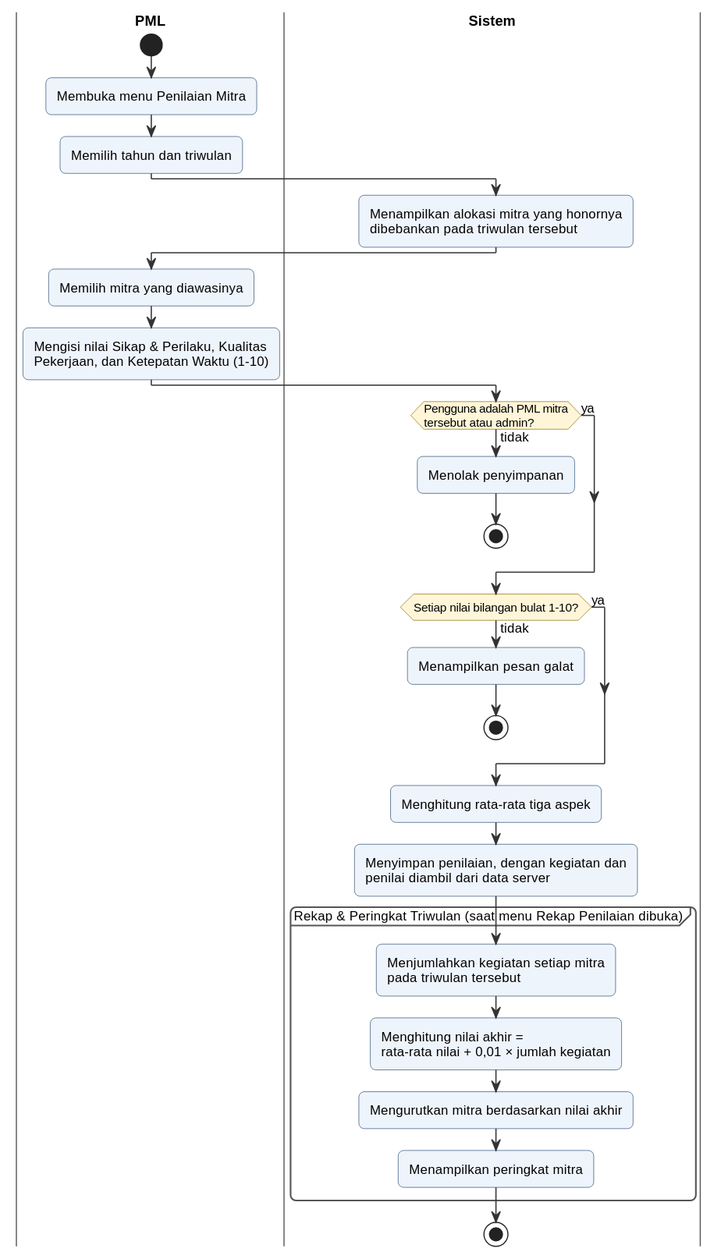
Earlier version of the PlantUML export docs/diagram/out/activity-penilaian.svg (kharis5870/Kharisma). The source it was exported from:
```plantuml
@startuml
!include _gaya.iuml

|PML|
start
:Membuka menu Penilaian Mitra;
:Memilih tahun dan triwulan;

|Sistem|
:Menampilkan alokasi mitra yang honornya
dibebankan pada triwulan tersebut;

|PML|
:Memilih mitra yang diawasinya;
:Mengisi nilai Sikap & Perilaku, Kualitas
Pekerjaan, dan Ketepatan Waktu (1-10);

|Sistem|
if (Pengguna adalah PML mitra\ntersebut atau admin?) then (tidak)
  :Menolak penyimpanan;
  stop
else (ya)
endif
if (Setiap nilai bilangan bulat 1-10?) then (tidak)
  :Menampilkan pesan galat;
  stop
else (ya)
endif
:Menghitung rata-rata tiga aspek;
:Menyimpan penilaian, dengan kegiatan dan
penilai diambil dari data server;

partition "Rekap & Peringkat Triwulan (saat menu Rekap Penilaian dibuka)" {
  :Menjumlahkan kegiatan setiap mitra
  pada triwulan tersebut;
  :Menghitung nilai akhir =
  rata-rata nilai + 0,01 × jumlah kegiatan;
  :Mengurutkan mitra berdasarkan nilai akhir;
  :Menampilkan peringkat mitra;
}
stop
@enduml
```
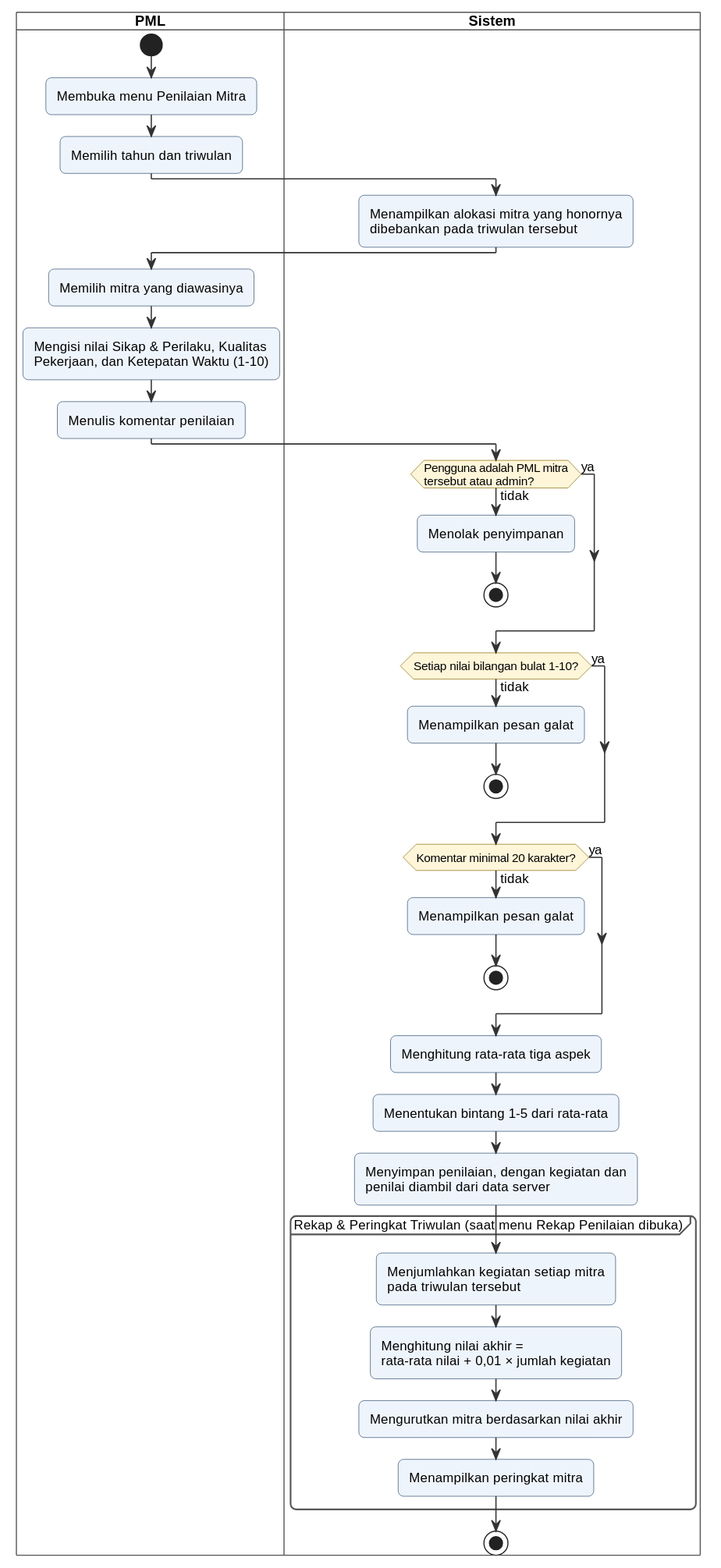
Later version of the same file.

Change to the diagram source:
```diff
@@ -14,6 +14,7 @@
 :Memilih mitra yang diawasinya;
 :Mengisi nilai Sikap & Perilaku, Kualitas
 Pekerjaan, dan Ketepatan Waktu (1-10);
+:Menulis komentar penilaian;
 
 |Sistem|
 if (Pengguna adalah PML mitra\ntersebut atau admin?) then (tidak)
@@ -26,7 +27,13 @@
   stop
 else (ya)
 endif
+if (Komentar minimal 20 karakter?) then (tidak)
+  :Menampilkan pesan galat;
+  stop
+else (ya)
+endif
 :Menghitung rata-rata tiga aspek;
+:Menentukan bintang 1-5 dari rata-rata;
 :Menyimpan penilaian, dengan kegiatan dan
 penilai diambil dari data server;
 
```
